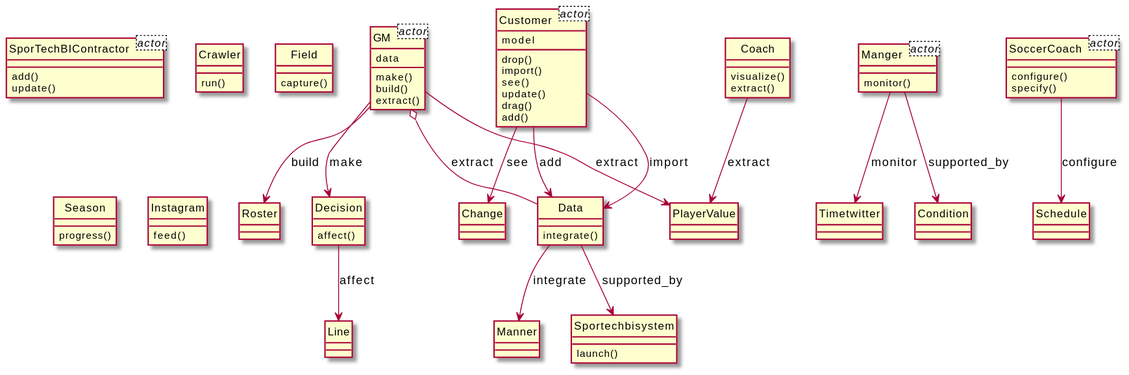
This is output/diagram_5/2014-USC-Project02.svg from xixixhalu/DomainModelExtractor, a PlantUML export, as it was before one commit.
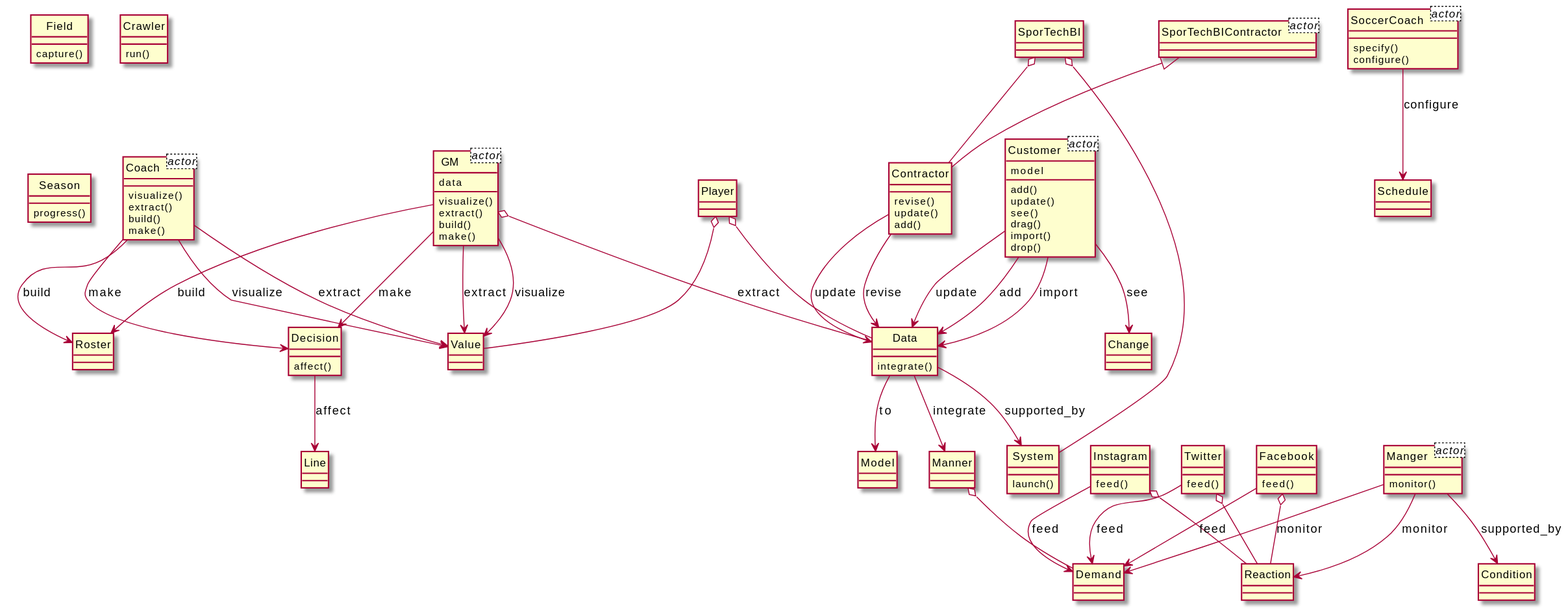
Later version of the same file.

Diff of the diagram source:
```diff
@@ -1,5 +1,7 @@
 @startuml
 hide circle
+class Coach<actor> {
+}
 class GM<actor> {
 	data
 }
@@ -12,83 +14,124 @@
 }
 class SoccerCoach<actor> {
 }
-class Manger {
-	monitor()
+class Reaction {
 }
-class Timetwitter {
+class Demand {
 }
-class GM {
-	make()
-	build()
-	extract()
+class SporTechBI {
+}
+class Contractor {
+	revise()
+	update()
+	add()
+}
+class System {
+	launch()
+}
+class Player {
+}
+class Value {
+}
+class Decision {
+	affect()
+}
+class Line {
+}
+class Customer {
+	add()
+	update()
+	see()
+	drag()
+	import()
+	drop()
+}
+class Change {
 }
 class Data {
 	integrate()
 }
+class GM {
+	visualize()
+	extract()
+	build()
+	make()
+}
+class SoccerCoach {
+	specify()
+	configure()
+}
+class Schedule {
+}
+class Manner {
+}
+class Facebook {
+	feed()
+}
+class Roster {
+}
+class Field {
+	capture()
+}
+class Manger {
+	monitor()
+}
+class Instagram {
+	feed()
+}
 class Crawler {
 	run()
-}
-class PlayerValue {
 }
 class Coach {
 	visualize()
 	extract()
-}
-class Decision {
-	affect()
-}
-class Customer {
-	drop()
-	import()
-	see()
-	update()
-	drag()
-	add()
-}
-class Field {
-	capture()
-}
-class Line {
-}
-class Change {
-}
-class SporTechBIContractor {
-	add()
-	update()
-}
-class Roster {
-}
-class Sportechbisystem {
-	launch()
+	build()
+	make()
 }
 class Season {
 	progress()
 }
-class SoccerCoach {
-	configure()
-	specify()
-}
-class Schedule {
-}
-class Instagram {
+class Twitter {
 	feed()
 }
-class Manner {
+class Model {
+}
+class SporTechBIContractor {
 }
 class Condition {
 }
+Data --> Model : to
+Decision --> Line : affect
+GM --> Value : extract
+Instagram o-- Reaction
+SporTechBIContractor <|-- Contractor
+Customer --> Change : see
+Manger --> Reaction : monitor
+Player o-- Value
+Contractor --> Data : revise
+Twitter o-- Reaction
+GM o-- Data : extract
+Coach --> Value : extract
+SporTechBI o-- System
+Manger --> Condition : supported_by
+Contractor --> Data : update
+Instagram --> Demand : feed
+Manner o-- Demand
+SoccerCoach --> Schedule : configure
+Twitter --> Demand : feed
+Coach --> Decision : make
 Customer --> Data : add
-Manger --> Timetwitter : monitor
-Customer --> Change : see
-Manger --> Condition : supported_by
-GM --> PlayerValue : extract
-Decision --> Line : affect
+GM --> Decision : make
+Manger --> Demand : monitor
+Data --> Manner : integrate
+Coach --> Value : visualize
+Customer --> Data : import
+Coach --> Roster : build
+Customer --> Data : update
+SporTechBI o-- Contractor
+Facebook --> Demand : feed
+Data --> System : supported_by
+GM --> Value : visualize
+Player o-- Data
 GM --> Roster : build
-SoccerCoach --> Schedule : configure
-Data --> Sportechbisystem : supported_by
-GM o-- Data : extract
-Coach --> PlayerValue : extract
-Data --> Manner : integrate
-GM --> Decision : make
-Customer --> Data : import
+Facebook o-- Reaction
 @enduml
```
